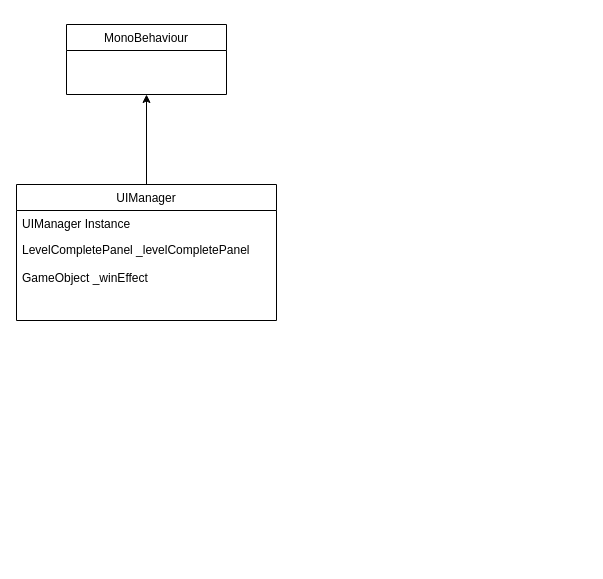
This is page "Water Sort Puzzle" (1 of 2) of Water Sort Puzzle.drawio from cjinle/mynote, a draw.io file, before an edit. Source tidied: cells renumbered, new cells numbered last; positions are measured from the earlier drawing's top-left corner, leaving out a move shared by most shapes. Both pictures are drawn from the tidied source at 100%, with x=0, y=0 at pixel (16, 24).
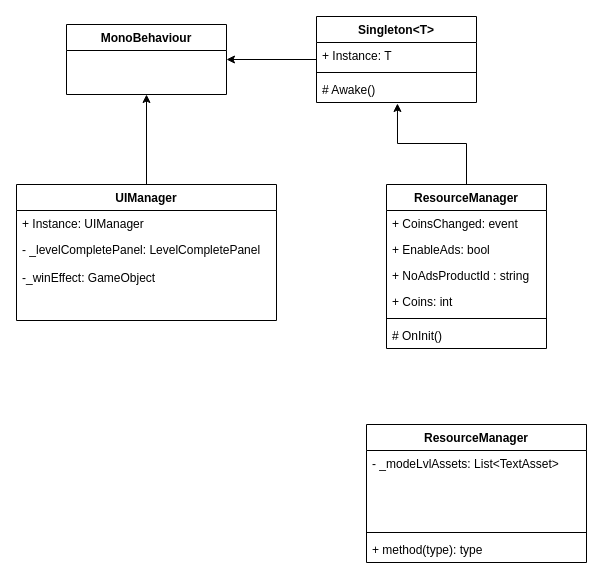
The same page after the edit.

Change to the diagram source:
```diff
@@
-    <mxCell id="2" value="MonoBehaviour" style="swimlane;fontStyle=0;align=center;verticalAlign=top;horizontal=1;startSize=26;rounded=0;shadow=0;strokeWidth=1;" parent="1" vertex="1">
+    <mxCell id="2" value="MonoBehaviour" style="swimlane;fontStyle=1;align=center;verticalAlign=top;horizontal=1;startSize=26;rounded=0;shadow=0;strokeWidth=1;" parent="1" vertex="1">
       <mxGeometry x="50" width="160" height="70" as="geometry" />
     </mxCell>
@@
-    <mxCell id="4" value="UIManager" style="swimlane;fontStyle=0;align=center;verticalAlign=top;horizontal=1;startSize=26;rounded=0;shadow=0;strokeWidth=1;" parent="1" vertex="1">
+    <mxCell id="4" value="UIManager" style="swimlane;fontStyle=1;align=center;verticalAlign=top;horizontal=1;startSize=26;rounded=0;shadow=0;strokeWidth=1;" parent="1" vertex="1">
       <mxGeometry y="160" width="260" height="136" as="geometry" />
     </mxCell>
-    <mxCell id="5" value="UIManager Instance" style="text;align=left;verticalAlign=top;spacingLeft=4;spacingRight=4;overflow=hidden;" parent="4" vertex="1">
+    <mxCell id="5" value="+ Instance: UIManager " style="text;align=left;verticalAlign=top;spacingLeft=4;spacingRight=4;overflow=hidden;" parent="4" vertex="1">
       <mxGeometry y="26" width="260" height="26" as="geometry" />
     </mxCell>
-    <mxCell id="6" value="LevelCompletePanel _levelCompletePanel" style="text;align=left;verticalAlign=top;spacingLeft=4;spacingRight=4;overflow=hidden;rounded=0;shadow=0;html=0;" parent="4" vertex="1">
+    <mxCell id="6" value="- _levelCompletePanel: LevelCompletePanel  " style="text;align=left;verticalAlign=top;spacingLeft=4;spacingRight=4;overflow=hidden;rounded=0;shadow=0;html=0;" parent="4" vertex="1">
       <mxGeometry y="52" width="260" height="28" as="geometry" />
     </mxCell>
-    <mxCell id="7" value="GameObject _winEffect" style="text;align=left;verticalAlign=top;spacingLeft=4;spacingRight=4;overflow=hidden;rounded=0;shadow=0;html=0;" parent="4" vertex="1">
+    <mxCell id="7" value="-_winEffect: GameObject " style="text;align=left;verticalAlign=top;spacingLeft=4;spacingRight=4;overflow=hidden;rounded=0;shadow=0;html=0;" parent="4" vertex="1">
       <mxGeometry y="80" width="260" height="28" as="geometry" />
     </mxCell>
@@
+    <mxCell id="9" style="edgeStyle=orthogonalEdgeStyle;rounded=0;jettySize=auto;html=1;entryX=1;entryY=0.5;entryDx=0;entryDy=0;" parent="1" edge="1" source="10" target="2">
+      <mxGeometry relative="1" as="geometry" />
+    </mxCell>
+    <mxCell id="10" value="Singleton&lt;T&gt;" style="swimlane;fontStyle=1;align=center;verticalAlign=top;horizontal=1;startSize=26;" parent="1" vertex="1">
+      <mxGeometry x="300" y="-8" width="160" height="86" as="geometry" />
+    </mxCell>
+    <mxCell id="11" value="+ Instance: T" style="text;strokeColor=none;fillColor=none;align=left;verticalAlign=top;spacingLeft=4;spacingRight=4;overflow=hidden;" parent="10" vertex="1">
+      <mxGeometry y="26" width="160" height="26" as="geometry" />
+    </mxCell>
+    <mxCell id="12" style="line;strokeWidth=1;fillColor=none;align=left;verticalAlign=middle;spacingTop=-1;spacingLeft=3;spacingRight=3;labelPosition=right;" parent="10" vertex="1">
+      <mxGeometry y="52" width="160" height="8" as="geometry" />
+    </mxCell>
+    <mxCell id="13" value="# Awake()" style="text;strokeColor=none;fillColor=none;align=left;verticalAlign=top;spacingLeft=4;spacingRight=4;overflow=hidden;points=[[0,0.5],[1,0.5]];portConstraint=eastwest;" parent="10" vertex="1">
+      <mxGeometry y="60" width="160" height="26" as="geometry" />
+    </mxCell>
+    <mxCell id="14" style="edgeStyle=orthogonalEdgeStyle;rounded=0;jettySize=auto;html=1;entryX=0.506;entryY=1.038;entryDx=0;entryDy=0;entryPerimeter=0;" parent="1" edge="1" source="15" target="13">
+      <mxGeometry relative="1" as="geometry" />
+    </mxCell>
+    <mxCell id="15" value="ResourceManager" style="swimlane;fontStyle=1;align=center;verticalAlign=top;horizontal=1;startSize=26;strokeColor=default;" parent="1" vertex="1">
+      <mxGeometry x="370" y="160" width="160" height="164" as="geometry" />
+    </mxCell>
+    <mxCell id="16" value="+ CoinsChanged: event" style="text;strokeColor=none;fillColor=none;align=left;verticalAlign=top;spacingLeft=4;spacingRight=4;overflow=hidden;" parent="15" vertex="1">
+      <mxGeometry y="26" width="160" height="26" as="geometry" />
+    </mxCell>
+    <mxCell id="17" value="+ EnableAds: bool" style="text;strokeColor=none;fillColor=none;align=left;verticalAlign=top;spacingLeft=4;spacingRight=4;overflow=hidden;" parent="15" vertex="1">
+      <mxGeometry y="52" width="160" height="26" as="geometry" />
+    </mxCell>
+    <mxCell id="18" value="+ NoAdsProductId : string" style="text;strokeColor=none;fillColor=none;align=left;verticalAlign=top;spacingLeft=4;spacingRight=4;overflow=hidden;" parent="15" vertex="1">
+      <mxGeometry y="78" width="160" height="26" as="geometry" />
+    </mxCell>
+    <mxCell id="19" value="+ Coins: int" style="text;strokeColor=none;fillColor=none;align=left;verticalAlign=top;spacingLeft=4;spacingRight=4;overflow=hidden;" parent="15" vertex="1">
+      <mxGeometry y="104" width="160" height="26" as="geometry" />
+    </mxCell>
+    <mxCell id="20" style="line;strokeWidth=1;fillColor=none;align=left;verticalAlign=middle;spacingTop=-1;spacingLeft=3;spacingRight=3;labelPosition=right;" parent="15" vertex="1">
+      <mxGeometry y="130" width="160" height="8" as="geometry" />
+    </mxCell>
+    <mxCell id="21" value="# OnInit()" style="text;strokeColor=none;fillColor=none;align=left;verticalAlign=top;spacingLeft=4;spacingRight=4;overflow=hidden;" parent="15" vertex="1">
+      <mxGeometry y="138" width="160" height="26" as="geometry" />
+    </mxCell>
+    <mxCell id="22" value="ResourceManager" style="swimlane;fontStyle=1;align=center;verticalAlign=top;horizontal=1;startSize=26;strokeColor=default;" parent="1" vertex="1">
+      <mxGeometry x="350" y="400" width="220" height="138" as="geometry" />
+    </mxCell>
+    <mxCell id="23" value="- _modeLvlAssets: List&lt;TextAsset&gt;" style="text;strokeColor=none;fillColor=none;align=left;verticalAlign=top;spacingLeft=4;spacingRight=4;overflow=hidden;" parent="22" vertex="1">
+      <mxGeometry y="26" width="220" height="26" as="geometry" />
+    </mxCell>
+    <mxCell id="24" style="text;strokeColor=none;fillColor=none;align=left;verticalAlign=top;spacingLeft=4;spacingRight=4;overflow=hidden;" parent="22" vertex="1">
+      <mxGeometry y="52" width="220" height="26" as="geometry" />
+    </mxCell>
+    <mxCell id="25" style="text;strokeColor=none;fillColor=none;align=left;verticalAlign=top;spacingLeft=4;spacingRight=4;overflow=hidden;" parent="22" vertex="1">
+      <mxGeometry y="78" width="220" height="26" as="geometry" />
+    </mxCell>
+    <mxCell id="26" style="line;strokeWidth=1;fillColor=none;align=left;verticalAlign=middle;spacingTop=-1;spacingLeft=3;spacingRight=3;labelPosition=right;" parent="22" vertex="1">
+      <mxGeometry y="104" width="220" height="8" as="geometry" />
+    </mxCell>
+    <mxCell id="27" value="+ method(type): type" style="text;strokeColor=none;fillColor=none;align=left;verticalAlign=top;spacingLeft=4;spacingRight=4;overflow=hidden;" parent="22" vertex="1">
+      <mxGeometry y="112" width="220" height="26" as="geometry" />
+    </mxCell>
```
